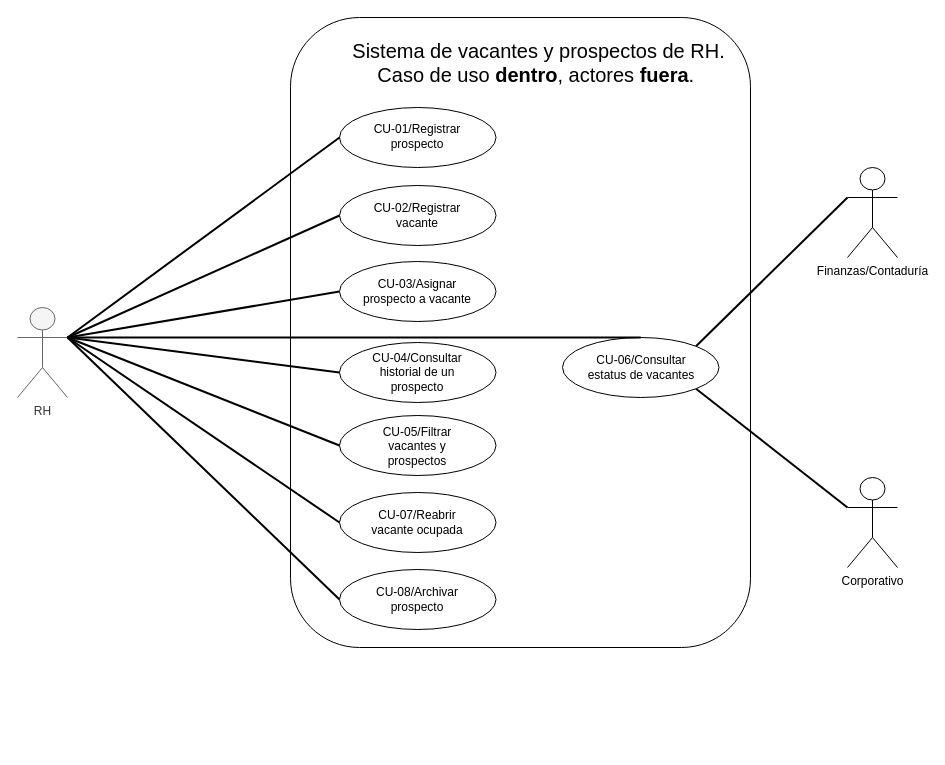
This is docs/diagramas/casos-de-uso.drawio from EliasGC06/Mi-proyecto-ing.software, a draw.io file, before an edit. Source tidied: cells renumbered, new cells numbered last; positions are measured from the earlier drawing's top-left corner, leaving out a move shared by most shapes. Both pictures are drawn from the tidied source at 100%, with x=0, y=0 at pixel (17, 17).
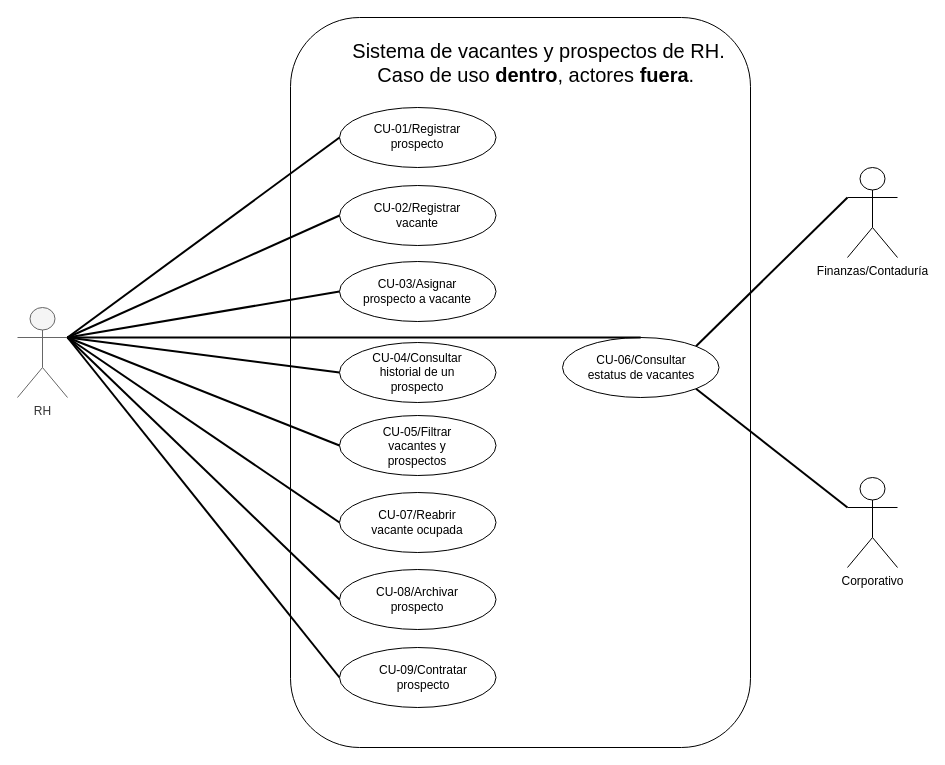
Above is the later version.

Unchanged cells that the change refers to:
```xml
<mxCell id="4" value="RH" style="shape=umlActor;verticalLabelPosition=bottom;verticalAlign=top;html=1;outlineConnect=0;fillColor=#f5f5f5;fontColor=#333333;strokeColor=#666666;rounded=1;" parent="1" vertex="1">
  <mxGeometry y="290" width="50" height="90" as="geometry" />
</mxCell>
```

Diff of the diagram source:
```diff
@@
     <mxCell id="2" style="rounded=1;whiteSpace=wrap;html=1;" parent="1" vertex="1">
-      <mxGeometry x="273" width="460" height="630" as="geometry" />
+      <mxGeometry x="273" width="460" height="730" as="geometry" />
     </mxCell>
@@
+    <mxCell id="34" style="ellipse;whiteSpace=wrap;html=1;shapeInside=1;rounded=1;" parent="1" vertex="1">
+      <mxGeometry x="322" y="630" width="156.5" height="60" as="geometry" />
+    </mxCell>
+    <mxCell id="35" style="edgeStyle=orthogonalEdgeStyle;rounded=1;orthogonalLoop=1;jettySize=auto;html=1;innerLoopWaypoints=1;exitX=0.5;exitY=1;exitDx=0;exitDy=0;" parent="1" edge="1">
+      <mxGeometry relative="1" as="geometry">
+        <mxPoint x="614.2" y="700" as="sourcePoint" />
+        <mxPoint x="614.2" y="700" as="targetPoint" />
+      </mxGeometry>
+    </mxCell>
+    <mxCell id="36" value=" CU-09/Contratar prospecto " style="text;html=1;whiteSpace=wrap;strokeColor=none;fillColor=none;align=center;verticalAlign=middle;rounded=1;" parent="1" vertex="1">
+      <mxGeometry x="346" y="645" width="120" height="30" as="geometry" />
+    </mxCell>
+    <mxCell id="37" style="endArrow=none;html=1;rounded=1;strokeWidth=2;exitX=1;exitY=0.3333333333333333;exitDx=0;exitDy=0;exitPerimeter=0;entryX=0;entryY=0.5;entryDx=0;entryDy=0;" parent="1" edge="1" source="4" target="34">
+      <mxGeometry relative="1" as="geometry" />
+    </mxCell>
```
